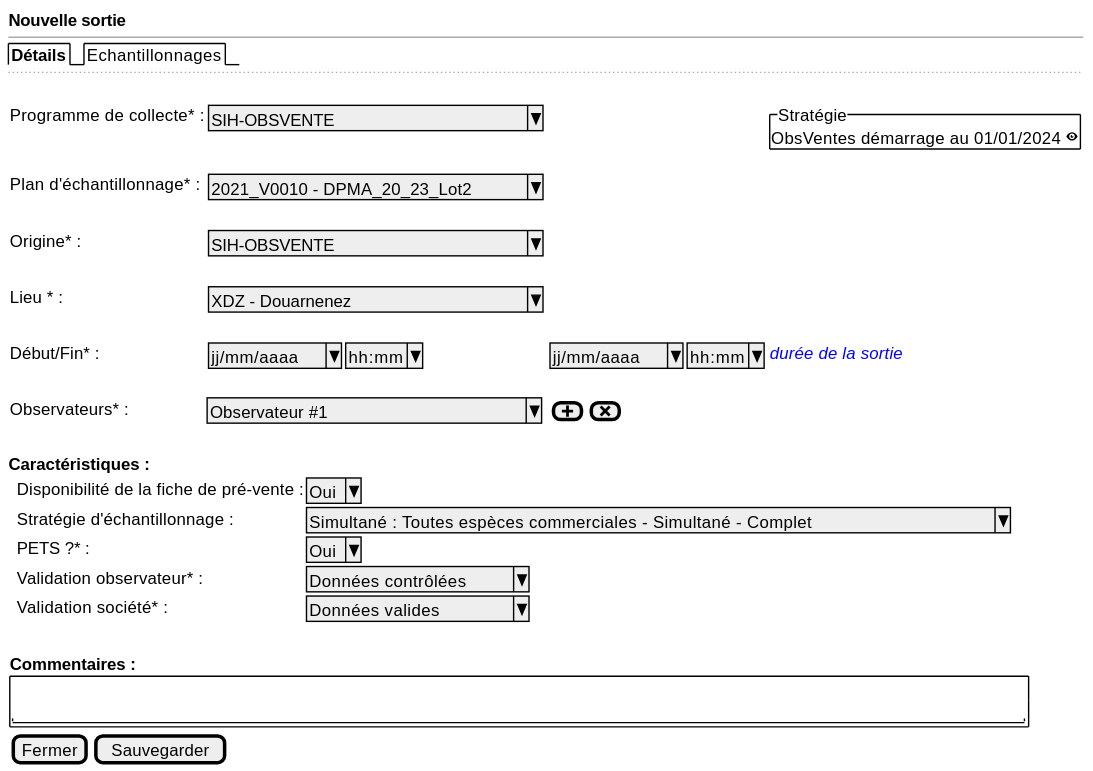
The PlantUML diagram projects/obsvente/spe/images/observed-location-new.svg in sumaris-net/sumaris-doc, before a commit. Its source is kept beside it as projects/obsvente/spe/images/observed-location-new.puml.
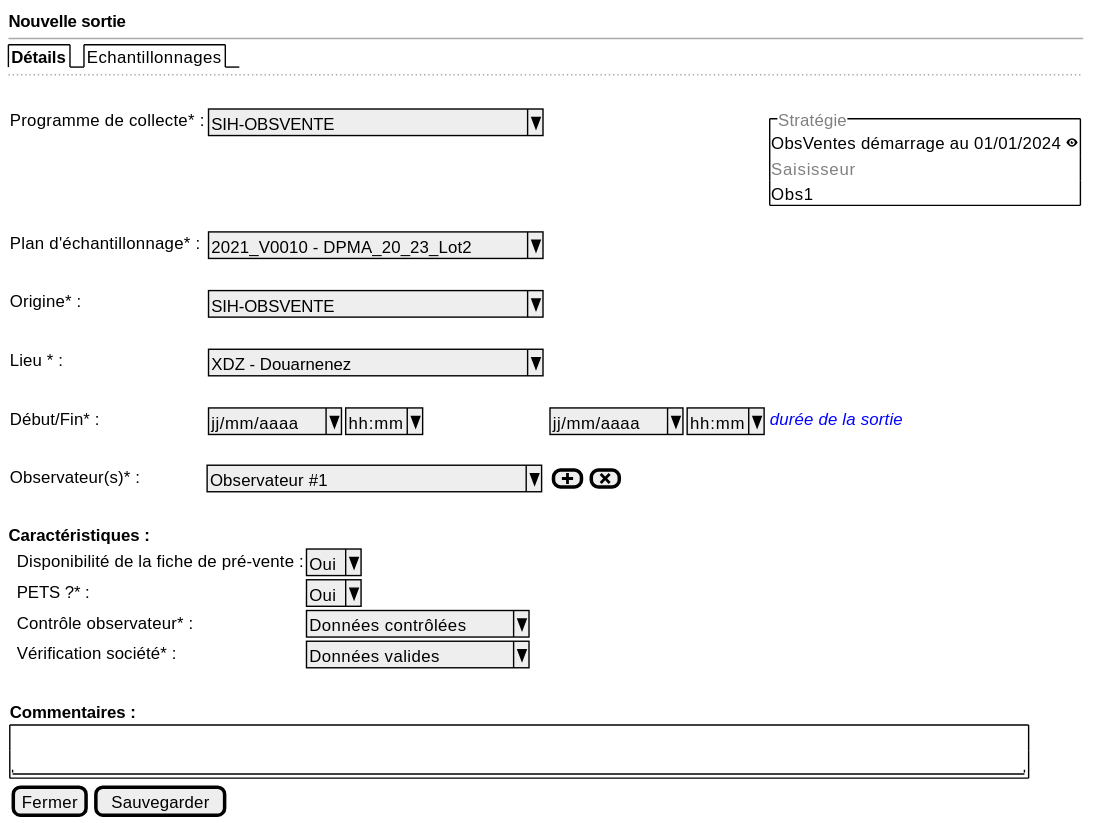
Later version of the same file.

Diff of the diagram source:
```diff
@@ -7,8 +7,10 @@
   .
   {
 
-      Programme de collecte* :    | { ^SIH-OBSVENTE                ^ } | * | {^"Stratégie"
-                                                                                              ObsVentes démarrage au 01/01/2024 <&eye> }
+      Programme de collecte* :    | { ^SIH-OBSVENTE                ^ } | * | {^"<color:grey>Stratégie"
+                                                                                              ObsVentes démarrage au 01/01/2024 <&eye>
+                                                                                              <color:grey>Saisisseur
+                                                                                              Obs1}
       Plan d'échantillonnage* :    | { ^2021_V0010 - DPMA_20_23_Lot2^}
       .
       Origine* :    | { ^SIH-OBSVENTE                ^ }
@@ -17,7 +19,7 @@
       .
       Début/Fin* :     | { ^jj/mm/aaaa^  |  ^hh:mm^ } { ^jj/mm/aaaa^  |  ^hh:mm^ } <i><color:blue>durée de la sortie
       .
-      Observateurs* :            | ^ Observateur #1             ^ | { [<&plus>] | [<&x>] }
+      Observateur(s)* :            | ^ Observateur #1             ^ | { [<&plus>] | [<&x>] }
       .
 
 
@@ -27,10 +29,9 @@
 
   {
       . | Disponibilité de la fiche de pré-vente :| ^Oui^
-      . | Stratégie d'échantillonnage : | ^Simultané : Toutes espèces commerciales - Simultané - Complet^
       . | PETS ?* : | ^Oui^
-      . | Validation observateur* : | ^Données contrôlées^
-      . | Validation société* : | ^Données valides   ^
+      . | Contrôle observateur* : | ^Données contrôlées^
+      . | Vérification société* : | ^Données valides   ^
       . | .
   }
 
```
